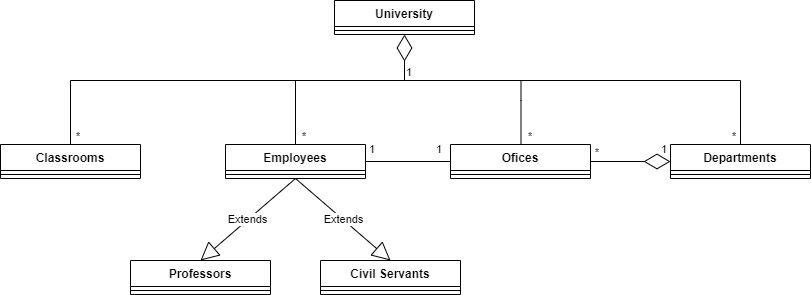
Earlier version of the draw.io export UniversityManagementSystem.png (metehankozan/Patika-OOP). Source tidied: cells renumbered, new cells last; positions are measured from the earlier drawing's top-left corner, leaving out a move shared by most shapes. The source it was exported from:
```xml
<mxGraphModel>
  <root>
    <mxCell id="0" />
    <mxCell id="1" parent="0" />
    <mxCell id="2" value="University" style="swimlane;fontStyle=1;align=center;verticalAlign=top;horizontal=1;startSize=26;" parent="1" vertex="1">
      <mxGeometry x="334" width="140" height="34" as="geometry" />
    </mxCell>
    <mxCell id="3" style="line;strokeWidth=1;fillColor=none;align=left;verticalAlign=middle;spacingTop=-1;spacingLeft=3;spacingRight=3;labelPosition=right;" parent="2" vertex="1">
      <mxGeometry y="26" width="140" height="8" as="geometry" />
    </mxCell>
    <mxCell id="4" value="Classrooms" style="swimlane;fontStyle=1;align=center;verticalAlign=top;horizontal=1;startSize=26;" parent="1" vertex="1">
      <mxGeometry y="144" width="140" height="34" as="geometry" />
    </mxCell>
    <mxCell id="5" style="line;strokeWidth=1;fillColor=none;align=left;verticalAlign=middle;spacingTop=-1;spacingLeft=3;spacingRight=3;labelPosition=right;" parent="4" vertex="1">
      <mxGeometry y="26" width="140" height="8" as="geometry" />
    </mxCell>
    <mxCell id="6" value="Ofices" style="swimlane;fontStyle=1;align=center;verticalAlign=top;horizontal=1;startSize=26;" parent="1" vertex="1">
      <mxGeometry x="450" y="144" width="140" height="34" as="geometry" />
    </mxCell>
    <mxCell id="7" style="line;strokeWidth=1;fillColor=none;align=left;verticalAlign=middle;spacingTop=-1;spacingLeft=3;spacingRight=3;labelPosition=right;" parent="6" vertex="1">
      <mxGeometry y="26" width="140" height="8" as="geometry" />
    </mxCell>
    <mxCell id="8" value="Departments" style="swimlane;fontStyle=1;align=center;verticalAlign=top;horizontal=1;startSize=26;" parent="1" vertex="1">
      <mxGeometry x="670" y="144" width="140" height="34" as="geometry" />
    </mxCell>
    <mxCell id="9" style="line;strokeWidth=1;fillColor=none;align=left;verticalAlign=middle;spacingTop=-1;spacingLeft=3;spacingRight=3;labelPosition=right;" parent="8" vertex="1">
      <mxGeometry y="26" width="140" height="8" as="geometry" />
    </mxCell>
    <mxCell id="10" value="Employees" style="swimlane;fontStyle=1;align=center;verticalAlign=top;horizontal=1;startSize=26;" parent="1" vertex="1">
      <mxGeometry x="225" y="144" width="140" height="34" as="geometry" />
    </mxCell>
    <mxCell id="11" style="line;strokeWidth=1;fillColor=none;align=left;verticalAlign=middle;spacingTop=-1;spacingLeft=3;spacingRight=3;labelPosition=right;" parent="10" vertex="1">
      <mxGeometry y="26" width="140" height="8" as="geometry" />
    </mxCell>
    <mxCell id="12" value="Professors" style="swimlane;fontStyle=1;align=center;verticalAlign=top;horizontal=1;startSize=26;" parent="1" vertex="1">
      <mxGeometry x="130" y="260" width="140" height="34" as="geometry" />
    </mxCell>
    <mxCell id="13" style="line;strokeWidth=1;fillColor=none;align=left;verticalAlign=middle;spacingTop=-1;spacingLeft=3;spacingRight=3;labelPosition=right;" parent="12" vertex="1">
      <mxGeometry y="26" width="140" height="8" as="geometry" />
    </mxCell>
    <mxCell id="14" value="Civil Servants" style="swimlane;fontStyle=1;align=center;verticalAlign=top;horizontal=1;startSize=26;" parent="1" vertex="1">
      <mxGeometry x="320" y="260" width="140" height="34" as="geometry" />
    </mxCell>
    <mxCell id="15" style="line;strokeWidth=1;fillColor=none;align=left;verticalAlign=middle;spacingTop=-1;spacingLeft=3;spacingRight=3;labelPosition=right;" parent="14" vertex="1">
      <mxGeometry y="26" width="140" height="8" as="geometry" />
    </mxCell>
    <mxCell id="16" value="Extends" style="endArrow=block;endSize=16;endFill=0;html=1;rounded=0;exitX=0.5;exitY=1;exitDx=0;exitDy=0;entryX=0.5;entryY=0;entryDx=0;entryDy=0;" parent="1" edge="1" source="10" target="12">
      <mxGeometry relative="1" as="geometry" />
    </mxCell>
    <mxCell id="17" value="Extends" style="endArrow=block;endSize=16;endFill=0;html=1;rounded=0;entryX=0.5;entryY=0;entryDx=0;entryDy=0;exitX=0.5;exitY=1;exitDx=0;exitDy=0;" parent="1" edge="1" source="10" target="14">
      <mxGeometry relative="1" as="geometry" />
    </mxCell>
    <mxCell id="18" style="endArrow=diamondThin;endFill=0;endSize=24;html=1;rounded=0;exitX=0.5;exitY=0;exitDx=0;exitDy=0;entryX=0.5;entryY=1;entryDx=0;entryDy=0;" parent="1" edge="1" source="4" target="2">
      <mxGeometry relative="1" as="geometry">
        <Array as="points">
          <mxPoint x="70" y="80" />
          <mxPoint x="404" y="80" />
        </Array>
      </mxGeometry>
    </mxCell>
    <mxCell id="19" style="endArrow=none;html=1;edgeStyle=orthogonalEdgeStyle;rounded=0;entryX=0.5;entryY=0;entryDx=0;entryDy=0;" parent="1" edge="1" target="8">
      <mxGeometry relative="1" as="geometry">
        <mxPoint x="400" y="80" as="sourcePoint" />
        <Array as="points">
          <mxPoint x="740" y="80" />
        </Array>
      </mxGeometry>
    </mxCell>
    <mxCell id="20" value="1" style="edgeLabel;html=1;align=left;verticalAlign=bottom;" parent="19" vertex="1">
      <mxGeometry x="-1" relative="1" as="geometry">
        <mxPoint x="4" as="offset" />
      </mxGeometry>
    </mxCell>
    <mxCell id="21" value="*" style="edgeLabel;html=1;align=right;verticalAlign=bottom;" parent="19" vertex="1">
      <mxGeometry x="1" relative="1" as="geometry">
        <mxPoint x="-4" as="offset" />
      </mxGeometry>
    </mxCell>
    <mxCell id="22" style="endArrow=none;html=1;edgeStyle=orthogonalEdgeStyle;rounded=0;entryX=0.5;entryY=0;entryDx=0;entryDy=0;" parent="1" edge="1" target="10">
      <mxGeometry relative="1" as="geometry">
        <mxPoint x="260" y="80" as="sourcePoint" />
        <Array as="points">
          <mxPoint x="295" y="80" />
        </Array>
      </mxGeometry>
    </mxCell>
    <mxCell id="23" style="endArrow=none;html=1;edgeStyle=orthogonalEdgeStyle;rounded=0;entryX=0.5;entryY=0;entryDx=0;entryDy=0;" parent="1" edge="1">
      <mxGeometry relative="1" as="geometry">
        <mxPoint x="520.5" y="80" as="sourcePoint" />
        <mxPoint x="520.5" y="144" as="targetPoint" />
        <Array as="points">
          <mxPoint x="520.5" y="100" />
          <mxPoint x="520.5" y="100" />
        </Array>
      </mxGeometry>
    </mxCell>
    <mxCell id="24" value="*" style="edgeLabel;html=1;align=right;verticalAlign=bottom;" parent="1" vertex="1">
      <mxGeometry x="80" y="144" as="geometry" />
    </mxCell>
    <mxCell id="25" value="*" style="edgeLabel;html=1;align=right;verticalAlign=bottom;" parent="1" vertex="1">
      <mxGeometry x="306" y="144" as="geometry" />
    </mxCell>
    <mxCell id="26" value="*" style="edgeLabel;html=1;align=right;verticalAlign=bottom;" parent="1" vertex="1">
      <mxGeometry x="532" y="144" as="geometry" />
    </mxCell>
    <mxCell id="27" style="endArrow=diamondThin;endFill=0;endSize=24;html=1;rounded=0;exitX=1;exitY=0.5;exitDx=0;exitDy=0;entryX=0;entryY=0.5;entryDx=0;entryDy=0;" parent="1" edge="1" source="6" target="8">
      <mxGeometry relative="1" as="geometry" />
    </mxCell>
    <mxCell id="28" value="1" style="edgeLabel;html=1;align=left;verticalAlign=bottom;" parent="1" vertex="1">
      <mxGeometry x="420" y="90" as="geometry">
        <mxPoint x="14" y="67" as="offset" />
      </mxGeometry>
    </mxCell>
    <mxCell id="29" value="1" style="edgeLabel;html=1;align=left;verticalAlign=bottom;" parent="1" vertex="1">
      <mxGeometry x="401" y="100" as="geometry">
        <mxPoint x="-34" y="57" as="offset" />
      </mxGeometry>
    </mxCell>
    <mxCell id="30" value="1" style="edgeLabel;html=1;align=left;verticalAlign=bottom;" parent="1" vertex="1">
      <mxGeometry x="451" y="121" as="geometry">
        <mxPoint x="208" y="36" as="offset" />
      </mxGeometry>
    </mxCell>
    <mxCell id="31" value="*" style="edgeLabel;html=1;align=right;verticalAlign=bottom;" parent="1" vertex="1">
      <mxGeometry x="537" y="150" as="geometry">
        <mxPoint x="62" y="10" as="offset" />
      </mxGeometry>
    </mxCell>
    <mxCell id="32" style="endArrow=none;html=1;edgeStyle=orthogonalEdgeStyle;rounded=0;exitX=1;exitY=0.5;exitDx=0;exitDy=0;entryX=0;entryY=0.5;entryDx=0;entryDy=0;" parent="1" edge="1" source="10" target="6">
      <mxGeometry relative="1" as="geometry" />
    </mxCell>
  </root>
</mxGraphModel>
```
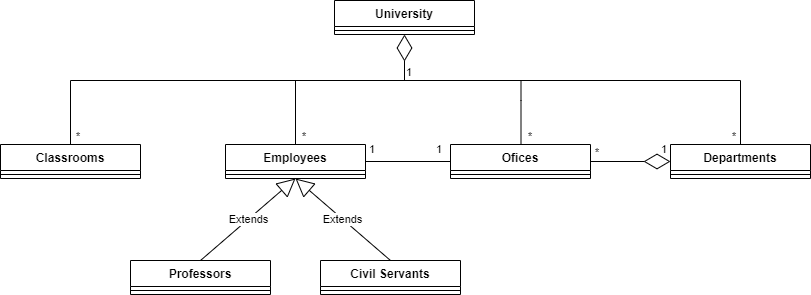
Above is the later version.

The edit, as a diff of the source:
```diff
@@ -1,4 +1,4 @@
-<mxGraphModel>
+<mxGraphModel background="#ffffff">
   <root>
     <mxCell id="0" />
     <mxCell id="1" parent="0" />
@@ -44,10 +44,10 @@
     <mxCell id="15" style="line;strokeWidth=1;fillColor=none;align=left;verticalAlign=middle;spacingTop=-1;spacingLeft=3;spacingRight=3;labelPosition=right;" parent="14" vertex="1">
       <mxGeometry y="26" width="140" height="8" as="geometry" />
     </mxCell>
-    <mxCell id="16" value="Extends" style="endArrow=block;endSize=16;endFill=0;html=1;rounded=0;exitX=0.5;exitY=1;exitDx=0;exitDy=0;entryX=0.5;entryY=0;entryDx=0;entryDy=0;" parent="1" edge="1" source="10" target="12">
+    <mxCell id="16" value="Extends" style="endArrow=block;endSize=16;endFill=0;html=1;rounded=0;exitX=0.5;exitY=0;exitDx=0;exitDy=0;entryX=0.5;entryY=1;entryDx=0;entryDy=0;" parent="1" edge="1" source="12" target="10">
       <mxGeometry relative="1" as="geometry" />
     </mxCell>
-    <mxCell id="17" value="Extends" style="endArrow=block;endSize=16;endFill=0;html=1;rounded=0;entryX=0.5;entryY=0;entryDx=0;entryDy=0;exitX=0.5;exitY=1;exitDx=0;exitDy=0;" parent="1" edge="1" source="10" target="14">
+    <mxCell id="17" value="Extends" style="endArrow=block;endSize=16;endFill=0;html=1;rounded=0;exitX=0.5;exitY=0;exitDx=0;exitDy=0;entryX=0.5;entryY=1;entryDx=0;entryDy=0;" parent="1" edge="1" source="14" target="10">
       <mxGeometry relative="1" as="geometry" />
     </mxCell>
     <mxCell id="18" style="endArrow=diamondThin;endFill=0;endSize=24;html=1;rounded=0;exitX=0.5;exitY=0;exitDx=0;exitDy=0;entryX=0.5;entryY=1;entryDx=0;entryDy=0;" parent="1" edge="1" source="4" target="2">
```
